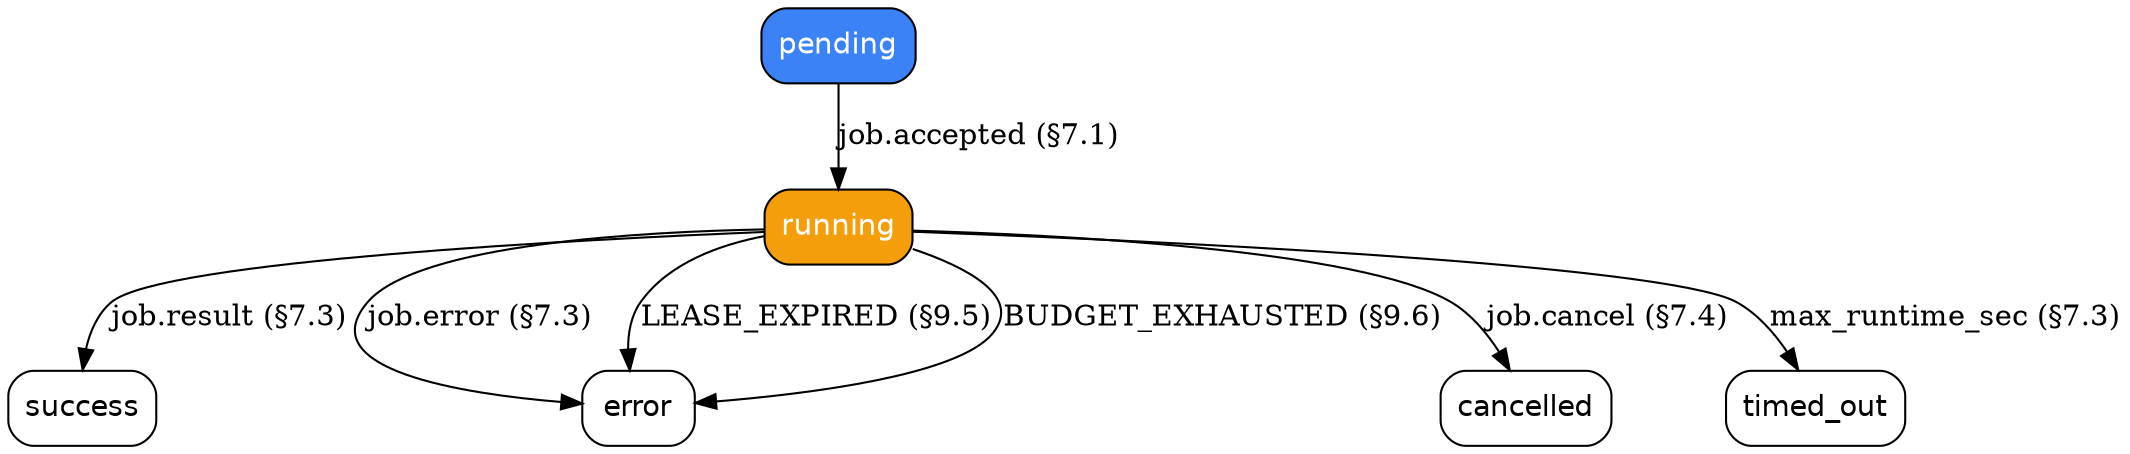
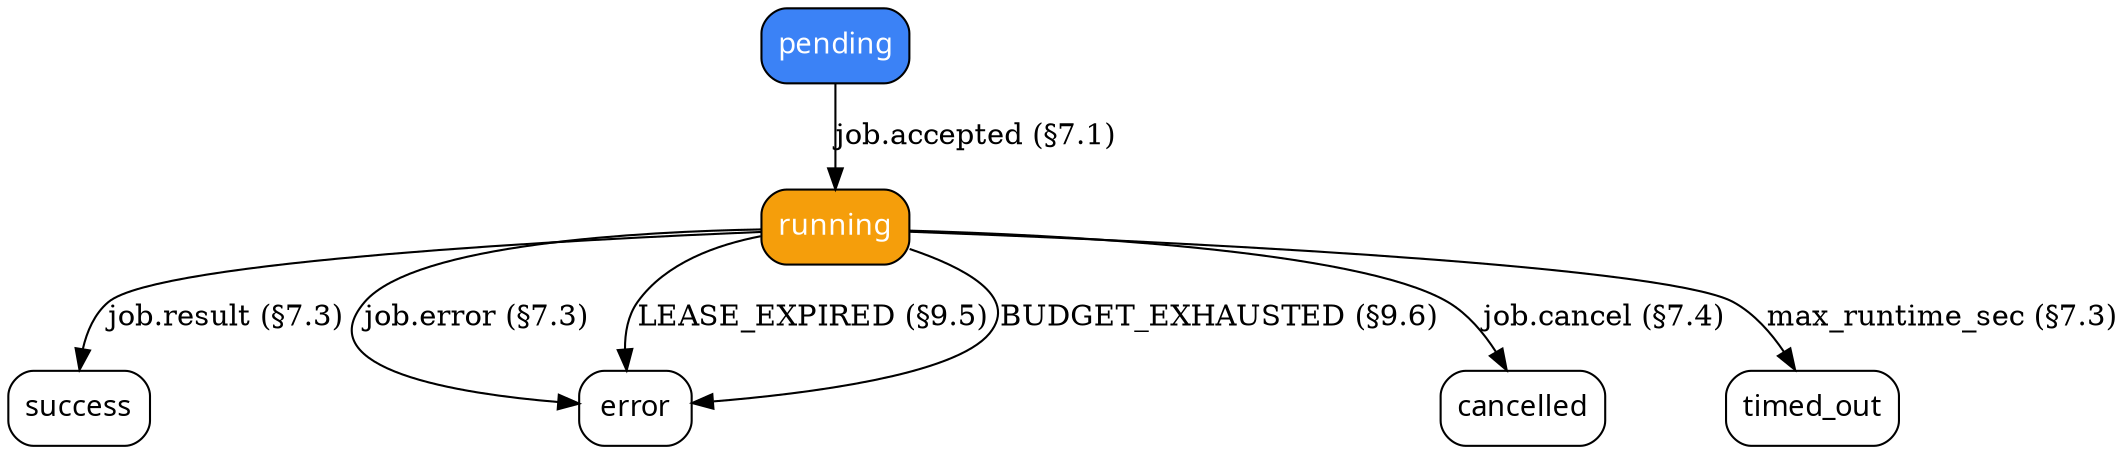
/*
 * Copyright (c) 2026 The ARCP Authors
 * Licensed under the Apache License, Version 2.0.
 * SPDX-License-Identifier: Apache-2.0
 */
digraph JobLifecycle {
-     graph [rankdir=TB, fontname=Helvetica, bgcolor=transparent];
-     node  [shape=box, style=rounded, fontname=Helvetica];
+     graph [rankdir=TB, fontname="TT Commons Pro Trial", bgcolor=transparent];
+     node  [shape=box, style=rounded, fontname="TT Commons Pro Trial"];

    pending   [label="pending", style="rounded,filled", fillcolor="#3B82F6", fontcolor=white];
    running   [label="running", style="rounded,filled", fillcolor="#F59E0B", fontcolor=white];
    success   [label="success"];
    error     [label="error"];
    cancelled [label="cancelled"];
    timed_out [label="timed_out"];

    pending   -> running   [label="job.accepted (§7.1)"];
    running   -> success   [label="job.result (§7.3)"];
    running   -> error     [label="job.error (§7.3)"];
    running   -> cancelled [label="job.cancel (§7.4)"];
    running   -> timed_out [label="max_runtime_sec (§7.3)"];
    running   -> error     [label="LEASE_EXPIRED (§9.5)"];
    running   -> error     [label="BUDGET_EXHAUSTED (§9.6)"];
}
